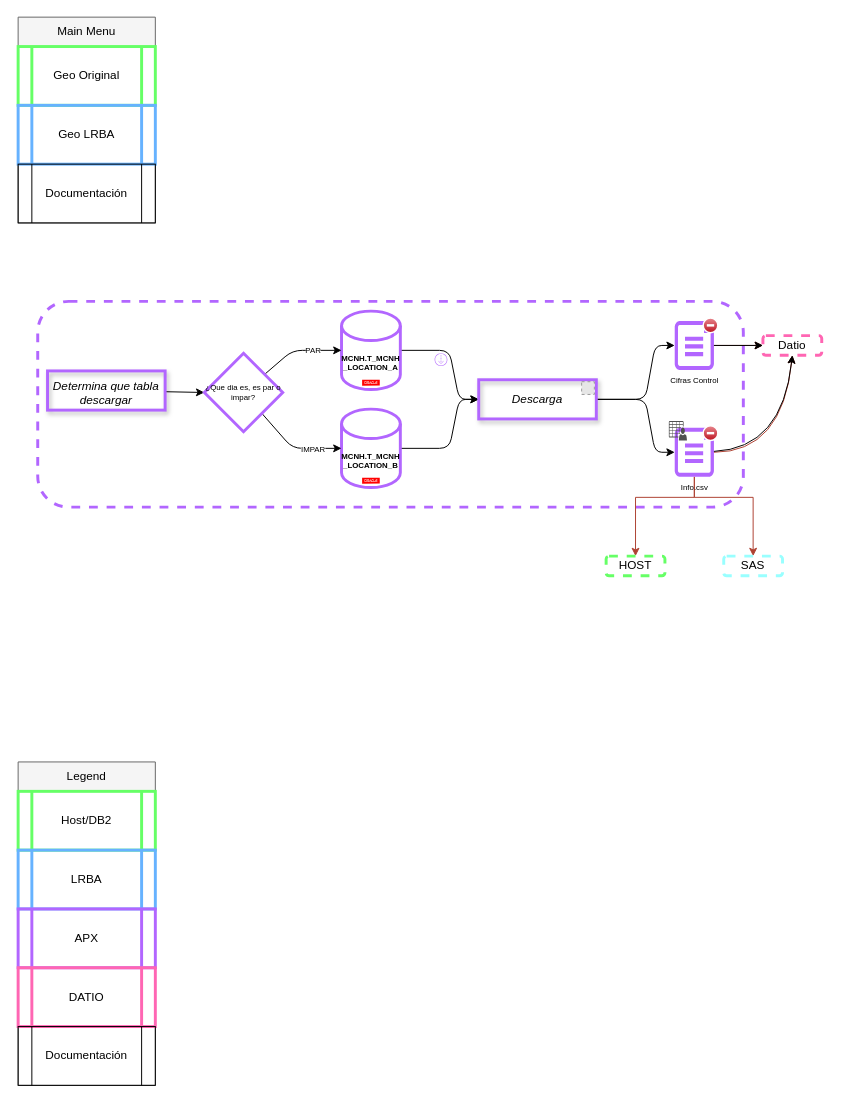
This is page "Original" (2 of 3) of Geolocalizacion.drawio from AngelUndeveloped/Geolocalizacion_LRBA, a draw.io file, before an edit. Source tidied: cells renumbered, new cells numbered last; positions are measured from the earlier drawing's top-left corner, leaving out a move shared by most shapes. Both pictures are drawn from the tidied source at 98%, with x=0, y=0 at pixel (18, 17). Pictures stored in the file or linked from it are replaced by grey dashed boxes.
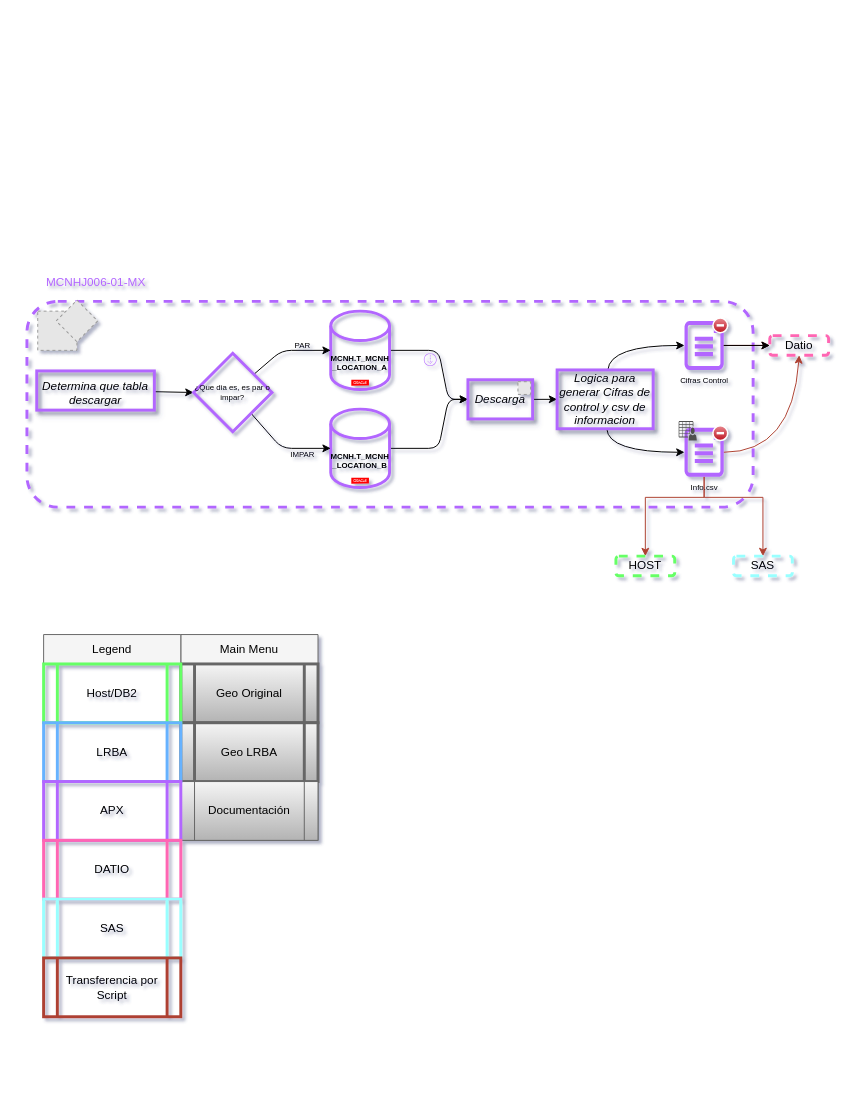
After the change.

The edit, as a diff of the source:
```diff
@@
-<mxGraphModel>
+<mxGraphModel shadow="1">
@@
+    <mxCell id="4" style="rounded=1;whiteSpace=wrap;html=1;sketch=0;strokeWidth=3;fillColor=none;strokeColor=#B266FF;dashed=1;" parent="1" vertex="1">
+      <mxGeometry x="9" y="290" width="741" height="210" as="geometry" />
+    </mxCell>
     <mxCell id="2" style="edgeStyle=none;html=1;entryX=0;entryY=0.5;entryDx=0;entryDy=0;fontSize=8;fontColor=default;flowAnimation=1;" parent="1" edge="1" source="3" target="18">
       <mxGeometry relative="1" as="geometry">
         <Array as="points">
-          <mxPoint x="440" y="340" />
-          <mxPoint x="450" y="390" />
+          <mxPoint x="429" y="340" />
+          <mxPoint x="439" y="390" />
         </Array>
       </mxGeometry>
     </mxCell>
     <mxCell id="3" value="&lt;font style=&quot;font-size: 8px;&quot;&gt;&lt;b&gt;MCNH.T_MCNH&lt;br&gt;_LOCATION_A&lt;/b&gt;&lt;/font&gt;" style="shape=cylinder3;boundedLbl=1;backgroundOutline=1;size=15;fillColor=none;strokeColor=#B266FF;strokeWidth=3;verticalAlign=middle;horizontal=1;whiteSpace=wrap;html=1;labelBorderColor=none;labelBackgroundColor=none;fontColor=default;align=center;fontSize=4;" parent="1" vertex="1" collapsed="1">
-      <mxGeometry x="330" y="300" width="60" height="80" as="geometry" />
+      <mxGeometry x="319" y="300" width="60" height="80" as="geometry" />
     </mxCell>
-    <mxCell id="4" style="rounded=1;whiteSpace=wrap;html=1;sketch=0;strokeWidth=3;fillColor=none;strokeColor=#B266FF;dashed=1;" parent="1" vertex="1">
-      <mxGeometry x="20" y="290" width="720" height="210" as="geometry" />
-    </mxCell>
     <mxCell id="5" style="dashed=0;html=1;align=center;labelPosition=center;verticalLabelPosition=bottom;verticalAlign=top;shape=mxgraph.weblogos.oracle;fillColor=#FF0000;strokeColor=none;" parent="1" vertex="1">
-      <mxGeometry x="351" y="370" width="18" height="6" as="geometry" />
+      <mxGeometry x="340" y="370" width="18" height="6" as="geometry" />
     </mxCell>
     <mxCell id="6" style="edgeStyle=none;html=1;entryX=0;entryY=0.5;entryDx=0;entryDy=0;fontSize=8;fontColor=default;" parent="1" edge="1" source="7" target="18">
       <mxGeometry relative="1" as="geometry">
         <Array as="points">
-          <mxPoint x="440" y="440" />
-          <mxPoint x="450" y="390" />
+          <mxPoint x="429" y="440" />
+          <mxPoint x="439" y="390" />
         </Array>
       </mxGeometry>
     </mxCell>
     <mxCell id="7" value="&lt;font style=&quot;font-size: 8px;&quot;&gt;&lt;b&gt;MCNH.T_MCNH&lt;br&gt;_LOCATION_B&lt;/b&gt;&lt;/font&gt;" style="shape=cylinder3;boundedLbl=1;backgroundOutline=1;size=15;fillColor=none;strokeColor=#B266FF;strokeWidth=3;verticalAlign=middle;horizontal=1;whiteSpace=wrap;html=1;labelBorderColor=none;labelBackgroundColor=none;fontColor=default;align=center;fontSize=4;" parent="1" vertex="1" collapsed="1">
-      <mxGeometry x="330" y="400" width="60" height="80" as="geometry" />
+      <mxGeometry x="319" y="400" width="60" height="80" as="geometry" />
     </mxCell>
     <mxCell id="8" style="dashed=0;html=1;align=center;labelPosition=center;verticalLabelPosition=bottom;verticalAlign=top;shape=mxgraph.weblogos.oracle;fillColor=#FF0000;strokeColor=none;" parent="1" vertex="1">
-      <mxGeometry x="351" y="470" width="18" height="6" as="geometry" />
+      <mxGeometry x="340" y="470" width="18" height="6" as="geometry" />
     </mxCell>
@@
     <mxCell id="10" value="&lt;p style=&quot;line-height: 120%;&quot;&gt;&lt;i&gt;Determina que tabla descargar&lt;/i&gt;&lt;/p&gt;" style="rounded=0;whiteSpace=wrap;html=1;shadow=1;fillColor=none;strokeColor=#B266FF;strokeWidth=3;align=center;verticalAlign=top;spacing=2;spacingRight=0;spacingTop=-10;" parent="1" vertex="1" collapsed="1">
-      <mxGeometry x="30" y="361" width="120" height="40" as="geometry" />
+      <mxGeometry x="19" y="361" width="120" height="40" as="geometry" />
     </mxCell>
     <mxCell id="11" style="edgeStyle=none;html=1;entryX=0;entryY=0.5;entryDx=0;entryDy=0;entryPerimeter=0;fontSize=8;fontColor=default;flowAnimation=1;" parent="1" edge="1" source="15" target="3">
       <mxGeometry relative="1" as="geometry">
         <Array as="points">
-          <mxPoint x="280" y="340" />
+          <mxPoint x="269" y="340" />
         </Array>
       </mxGeometry>
     </mxCell>
-    <mxCell id="12" value="PAR" style="edgeLabel;html=1;align=center;verticalAlign=middle;fontSize=8;fontColor=default;" parent="11" vertex="1">
+    <mxCell id="12" value="PAR" style="edgeLabel;html=1;align=center;verticalAlign=middle;fontSize=8;fontColor=default;labelBackgroundColor=none;" parent="11" vertex="1">
       <mxGeometry x="-0.53" relative="1" as="geometry">
-        <mxPoint x="33" y="-11" as="offset" />
+        <mxPoint x="33" y="-16" as="offset" />
       </mxGeometry>
     </mxCell>
     <mxCell id="13" style="edgeStyle=none;html=1;entryX=0;entryY=0.5;entryDx=0;entryDy=0;entryPerimeter=0;fontSize=8;fontColor=default;flowAnimation=0;" parent="1" edge="1" source="15" target="7">
       <mxGeometry relative="1" as="geometry">
         <Array as="points">
-          <mxPoint x="280" y="440" />
+          <mxPoint x="269" y="440" />
         </Array>
       </mxGeometry>
     </mxCell>
-    <mxCell id="14" value="IMPAR" style="edgeLabel;html=1;align=center;verticalAlign=middle;fontSize=8;fontColor=default;" parent="13" vertex="1">
+    <mxCell id="14" value="IMPAR" style="edgeLabel;html=1;align=center;verticalAlign=middle;fontSize=8;fontColor=default;labelBackgroundColor=none;" parent="13" vertex="1">
       <mxGeometry x="-0.27" y="-1" relative="1" as="geometry">
-        <mxPoint x="29" y="8" as="offset" />
+        <mxPoint x="29" y="13" as="offset" />
       </mxGeometry>
     </mxCell>
     <mxCell id="15" value="¿Que dia es, es par o impar?" style="rhombus;whiteSpace=wrap;html=1;labelBackgroundColor=none;labelBorderColor=none;strokeColor=#B266FF;strokeWidth=3;fontSize=8;fontColor=default;fillColor=none;" parent="1" vertex="1">
-      <mxGeometry x="190" y="343" width="80" height="80" as="geometry" />
+      <mxGeometry x="179" y="343" width="80" height="80" as="geometry" />
     </mxCell>
-    <mxCell id="16" style="edgeStyle=none;html=1;entryX=0;entryY=0.5;entryDx=0;entryDy=0;entryPerimeter=0;fontSize=8;fontColor=default;flowAnimation=1;" parent="1" edge="1" source="18" target="20">
-      <mxGeometry relative="1" as="geometry">
-        <Array as="points">
-          <mxPoint x="640" y="390" />
-          <mxPoint x="650" y="335" />
-        </Array>
-      </mxGeometry>
-    </mxCell>
-    <mxCell id="17" style="edgeStyle=none;html=1;entryX=0;entryY=0.5;entryDx=0;entryDy=0;entryPerimeter=0;fontSize=8;fontColor=default;flowAnimation=1;" parent="1" edge="1" source="18" target="25">
-      <mxGeometry relative="1" as="geometry">
-        <Array as="points">
-          <mxPoint x="640" y="390" />
-          <mxPoint x="650" y="444" />
-        </Array>
-      </mxGeometry>
-    </mxCell>
+    <mxCell id="48" style="edgeStyle=none;html=1;entryX=0;entryY=0.5;entryDx=0;entryDy=0;shadow=0;fontColor=#B266FF;flowAnimation=1;" parent="1" edge="1" source="18" target="51">
+      <mxGeometry relative="1" as="geometry" />
+    </mxCell>
     <mxCell id="18" value="&lt;i&gt;Descarga&lt;/i&gt;" style="rounded=0;whiteSpace=wrap;html=1;shadow=1;fillColor=none;strokeColor=#B266FF;strokeWidth=3;" parent="1" vertex="1" collapsed="1">
-      <mxGeometry x="470" y="370" width="120" height="40" as="geometry" />
+      <mxGeometry x="459" y="370" width="66" height="40" as="geometry" />
     </mxCell>
@@
     <mxCell id="20" value="Cifras Control" style="verticalLabelPosition=bottom;html=1;verticalAlign=top;align=center;strokeColor=none;fillColor=#B266FF;shape=mxgraph.azure.cloud_services_configuration_file;labelBackgroundColor=none;labelBorderColor=none;strokeWidth=3;fontSize=8;fontColor=default;" parent="1" vertex="1">
-      <mxGeometry x="670" y="310" width="40" height="50" as="geometry" />
+      <mxGeometry x="680" y="310" width="40" height="50" as="geometry" />
     </mxCell>
     <mxCell id="21" style="edgeStyle=none;rounded=0;html=1;entryX=0.5;entryY=0;entryDx=0;entryDy=0;fontSize=8;fontColor=#000000;flowAnimation=1;fillColor=#fad9d5;strokeColor=#ae4132;" parent="1" edge="1" source="25" target="32">
       <mxGeometry relative="1" as="geometry">
         <Array as="points">
-          <mxPoint x="690" y="490" />
-          <mxPoint x="630" y="490" />
+          <mxPoint x="700" y="490" />
+          <mxPoint x="640" y="490" />
         </Array>
       </mxGeometry>
     </mxCell>
     <mxCell id="22" style="edgeStyle=none;rounded=0;html=1;entryX=0.5;entryY=0;entryDx=0;entryDy=0;fontSize=8;fontColor=#000000;flowAnimation=1;fillColor=#fad9d5;strokeColor=#ae4132;" parent="1" edge="1" source="25" target="31">
       <mxGeometry relative="1" as="geometry">
         <Array as="points">
-          <mxPoint x="690" y="490" />
-          <mxPoint x="750" y="490" />
+          <mxPoint x="700" y="490" />
+          <mxPoint x="760" y="490" />
         </Array>
       </mxGeometry>
     </mxCell>
     <mxCell id="23" style="edgeStyle=none;html=1;entryX=0.5;entryY=1;entryDx=0;entryDy=0;fontSize=8;fontColor=#000000;strokeColor=none;rounded=1;" parent="1" edge="1" source="25" target="27">
       <mxGeometry relative="1" as="geometry">
         <Array as="points">
-          <mxPoint x="780" y="444" />
+          <mxPoint x="790" y="444" />
         </Array>
       </mxGeometry>
     </mxCell>
-    <mxCell id="24" style="edgeStyle=none;html=1;entryX=0.5;entryY=1;entryDx=0;entryDy=0;fontSize=8;fontColor=#000000;curved=1;flowAnimation=1;fillColor=#fad9d5;strokeColor=#ae4132;" parent="1" edge="1" source="25" target="27">
+    <mxCell id="24" style="edgeStyle=none;html=1;entryX=0.5;entryY=1;entryDx=0;entryDy=0;fontSize=8;fontColor=#000000;curved=1;flowAnimation=1;fillColor=#fad9d5;strokeColor=#AE4132;" parent="1" edge="1" source="25" target="27">
       <mxGeometry relative="1" as="geometry">
         <Array as="points">
-          <mxPoint x="780" y="444" />
+          <mxPoint x="790" y="444" />
         </Array>
       </mxGeometry>
     </mxCell>
     <mxCell id="25" value="Info.csv" style="verticalLabelPosition=bottom;html=1;verticalAlign=top;align=center;strokeColor=none;fillColor=#B266FF;shape=mxgraph.azure.cloud_services_configuration_file;labelBackgroundColor=none;labelBorderColor=none;strokeWidth=3;fontSize=8;fontColor=default;" parent="1" vertex="1">
-      <mxGeometry x="670" y="419" width="40" height="50" as="geometry" />
+      <mxGeometry x="680" y="419" width="40" height="50" as="geometry" />
     </mxCell>
     <mxCell id="26" style="sketch=0;shadow=0;dashed=0;html=1;strokeColor=none;fillColor=#505050;labelPosition=center;verticalLabelPosition=bottom;verticalAlign=top;align=center;shape=mxgraph.office.users.csv_file;labelBackgroundColor=none;labelBorderColor=none;strokeWidth=3;fontSize=8;fontColor=default;" parent="1" vertex="1">
-      <mxGeometry x="664" y="412" width="18.5" height="20" as="geometry" />
+      <mxGeometry x="674" y="412" width="18.5" height="20" as="geometry" />
     </mxCell>
     <mxCell id="27" value="Datio" style="rounded=1;whiteSpace=wrap;html=1;sketch=0;strokeWidth=3;fillColor=none;strokeColor=#FF66B3;dashed=1;snapToPoint=0;" parent="1" vertex="1">
-      <mxGeometry x="760" y="325" width="60" height="20" as="geometry" />
+      <mxGeometry x="767" y="325" width="60" height="20" as="geometry" />
     </mxCell>
-    <mxCell id="28" style="fillColor=#E6E6E6;strokeColor=#999999;dashed=1;verticalLabelPosition=bottom;labelBackgroundColor=default;verticalAlign=top;fontSize=8;fontColor=default;html=1;" parent="1" vertex="1">
-      <mxGeometry x="575" y="372" width="13" height="13" as="geometry" />
-    </mxCell>
     <mxCell id="29" style="verticalLabelPosition=bottom;verticalAlign=top;html=1;shadow=0;dashed=0;strokeWidth=1;shape=mxgraph.ios.iDeleteIcon;fillColor=#e8878E;fillColor2=#BD1421;strokeColor=#ffffff;sketch=0;labelBackgroundColor=none;labelBorderColor=none;fontSize=8;fontColor=#000000;" parent="1" vertex="1">
-      <mxGeometry x="699" y="307" width="15" height="15" as="geometry" />
+      <mxGeometry x="709" y="307" width="15" height="15" as="geometry" />
     </mxCell>
     <mxCell id="30" style="verticalLabelPosition=bottom;verticalAlign=top;html=1;shadow=0;dashed=0;strokeWidth=1;shape=mxgraph.ios.iDeleteIcon;fillColor=#e8878E;fillColor2=#BD1421;strokeColor=#ffffff;sketch=0;labelBackgroundColor=none;labelBorderColor=none;fontSize=8;fontColor=#000000;" parent="1" vertex="1">
-      <mxGeometry x="699" y="417" width="15" height="15" as="geometry" />
+      <mxGeometry x="709" y="417" width="15" height="15" as="geometry" />
     </mxCell>
     <mxCell id="31" value="SAS" style="rounded=1;whiteSpace=wrap;html=1;sketch=0;strokeWidth=3;fillColor=none;strokeColor=#99FFFF;dashed=1;snapToPoint=0;" parent="1" vertex="1">
-      <mxGeometry x="720" y="550" width="60" height="20" as="geometry" />
+      <mxGeometry x="730" y="550" width="60" height="20" as="geometry" />
     </mxCell>
     <mxCell id="32" value="HOST" style="rounded=1;whiteSpace=wrap;html=1;sketch=0;strokeWidth=3;fillColor=none;strokeColor=#66FF66;dashed=1;snapToPoint=0;" parent="1" vertex="1">
-      <mxGeometry x="600" y="550" width="60" height="20" as="geometry" />
+      <mxGeometry x="610" y="550" width="60" height="20" as="geometry" />
     </mxCell>
     <mxCell id="33" style="sketch=0;fontColor=#232F3E;gradientColor=none;fillColor=#B266FF;strokeColor=none;dashed=0;verticalLabelPosition=bottom;verticalAlign=top;align=center;html=1;fontSize=12;fontStyle=0;shape=mxgraph.aws4.download_distribution;labelBackgroundColor=none;labelBorderColor=none;strokeWidth=3;" parent="1" vertex="1">
-      <mxGeometry x="425" y="343" width="13" height="13" as="geometry" />
+      <mxGeometry x="414" y="343" width="13" height="13" as="geometry" />
     </mxCell>
+    <mxCell id="49" style="edgeStyle=none;html=1;entryX=0;entryY=0.5;entryDx=0;entryDy=0;entryPerimeter=0;shadow=0;fontColor=#B266FF;curved=1;flowAnimation=1;" parent="1" edge="1" source="51" target="25">
+      <mxGeometry relative="1" as="geometry">
+        <Array as="points">
+          <mxPoint x="602" y="444" />
+        </Array>
+      </mxGeometry>
+    </mxCell>
+    <mxCell id="50" style="edgeStyle=none;html=1;entryX=0;entryY=0.5;entryDx=0;entryDy=0;entryPerimeter=0;shadow=0;fontColor=#B266FF;curved=1;flowAnimation=1;" parent="1" edge="1" source="51" target="20">
+      <mxGeometry relative="1" as="geometry">
+        <Array as="points">
+          <mxPoint x="604" y="335" />
+        </Array>
+      </mxGeometry>
+    </mxCell>
+    <mxCell id="51" value="&lt;i style=&quot;border-color: var(--border-color);&quot;&gt;Logica para generar Cifras de control y csv de informacion&lt;/i&gt;" style="rounded=0;whiteSpace=wrap;html=1;shadow=1;fillColor=none;strokeColor=#B266FF;strokeWidth=3;" parent="1" vertex="1" collapsed="1">
+      <mxGeometry x="550" y="360" width="98" height="60" as="geometry" />
+    </mxCell>
@@
     <mxCell id="35" value="Main Menu" style="swimlane;fontStyle=0;horizontal=1;startSize=30;whiteSpace=wrap;html=1;fillColor=#f5f5f5;strokeColor=#666666;fontColor=#000000;" parent="34" vertex="1">
-      <mxGeometry width="140" height="210" as="geometry" />
+      <mxGeometry x="166" y="630" width="140" height="210" as="geometry" />
     </mxCell>
-    <mxCell id="36" value="Geo Original" style="shape=process;whiteSpace=wrap;html=1;backgroundOutline=1;rounded=0;glass=0;shadow=0;fixDash=0;fillColor=none;strokeColor=#66FF66;strokeWidth=3;" parent="35" vertex="1">
+    <mxCell id="36" value="Geo Original" style="shape=process;whiteSpace=wrap;html=1;backgroundOutline=1;rounded=0;glass=0;shadow=0;fixDash=0;fillColor=#f5f5f5;strokeColor=#666666;strokeWidth=3;gradientColor=#b3b3b3;" parent="35" vertex="1">
       <mxGeometry y="30" width="140" height="60" as="geometry" />
     </mxCell>
-    <mxCell id="37" value="Geo LRBA" style="shape=process;whiteSpace=wrap;html=1;backgroundOutline=1;fillColor=none;strokeColor=#66B2FF;strokeWidth=3;" parent="35" vertex="1">
+    <mxCell id="37" value="Geo LRBA" style="shape=process;whiteSpace=wrap;html=1;backgroundOutline=1;fillColor=#f5f5f5;strokeColor=#666666;strokeWidth=3;gradientColor=#b3b3b3;" parent="35" vertex="1">
       <mxGeometry y="90" width="140" height="60" as="geometry" />
     </mxCell>
-    <mxCell id="38" value="Documentación" style="shape=process;whiteSpace=wrap;html=1;backgroundOutline=1;comic=0;enumerate=0;fillColor=none;" parent="35" vertex="1">
+    <mxCell id="38" value="Documentación" style="shape=process;whiteSpace=wrap;html=1;backgroundOutline=1;comic=0;enumerate=0;fillColor=#f5f5f5;gradientColor=#b3b3b3;strokeColor=#666666;" parent="35" vertex="1">
       <mxGeometry y="150" width="140" height="60" as="geometry" />
     </mxCell>
     <mxCell id="39" value="Legend" style="swimlane;fontStyle=0;horizontal=1;startSize=30;whiteSpace=wrap;html=1;fillColor=#f5f5f5;strokeColor=#666666;fontColor=#000000;" parent="34" vertex="1">
-      <mxGeometry y="760" width="140" height="330" as="geometry" />
+      <mxGeometry x="26" y="630" width="140" height="390" as="geometry" />
     </mxCell>
@@
-    <mxCell id="44" value="Documentación" style="shape=process;whiteSpace=wrap;html=1;backgroundOutline=1;comic=0;enumerate=0;fillColor=none;" parent="39" vertex="1">
+    <mxCell id="44" value="SAS" style="shape=process;whiteSpace=wrap;html=1;backgroundOutline=1;comic=0;enumerate=0;fillColor=none;strokeColor=#99FFFF;strokeWidth=3;" parent="39" vertex="1">
       <mxGeometry y="270" width="140" height="60" as="geometry" />
     </mxCell>
+    <mxCell id="52" value="Transferencia por Script" style="shape=process;whiteSpace=wrap;html=1;backgroundOutline=1;comic=0;enumerate=0;fillColor=none;strokeColor=#AE4132;strokeWidth=3;" parent="39" vertex="1">
+      <mxGeometry y="330" width="140" height="60" as="geometry" />
+    </mxCell>
@@
-    <mxCell id="47" style="edgeStyle=none;html=1;entryX=0.5;entryY=1;entryDx=0;entryDy=0;fontSize=8;fontColor=#000000;curved=1;flowAnimation=1;" parent="45" edge="1" source="25" target="27">
-      <mxGeometry relative="1" as="geometry">
-        <Array as="points">
-          <mxPoint x="780" y="440" />
-        </Array>
-      </mxGeometry>
-    </mxCell>
+    <mxCell id="53" value="&lt;font color=&quot;#b266ff&quot;&gt;MCNHJ006-01-MX&lt;/font&gt;" style="text;html=1;align=center;verticalAlign=middle;strokeColor=none;fillColor=none;" parent="45" vertex="1">
+      <mxGeometry x="19" y="258" width="119" height="26" as="geometry" />
+    </mxCell>
+    <mxCell id="54" parent="0" />
+    <mxCell id="55" style="fillColor=#E6E6E6;strokeColor=#999999;dashed=1;verticalLabelPosition=bottom;labelBackgroundColor=default;verticalAlign=top;fontSize=8;fontColor=default;html=1;" parent="54" vertex="1">
+      <mxGeometry x="510" y="372" width="13" height="13" as="geometry" />
+    </mxCell>
+    <mxCell id="56" style="fillColor=#E6E6E6;strokeColor=#999999;dashed=1;verticalLabelPosition=bottom;labelBackgroundColor=default;verticalAlign=top;" parent="54" vertex="1">
+      <mxGeometry x="20" y="300" width="40" height="40" as="geometry" />
+    </mxCell>
+    <mxCell id="57" style="fillColor=#E6E6E6;strokeColor=#999999;dashed=1;verticalLabelPosition=bottom;labelBackgroundColor=default;verticalAlign=top;rotation=45;" parent="54" vertex="1">
+      <mxGeometry x="45" y="295" width="30" height="30" as="geometry" />
+    </mxCell>
```
